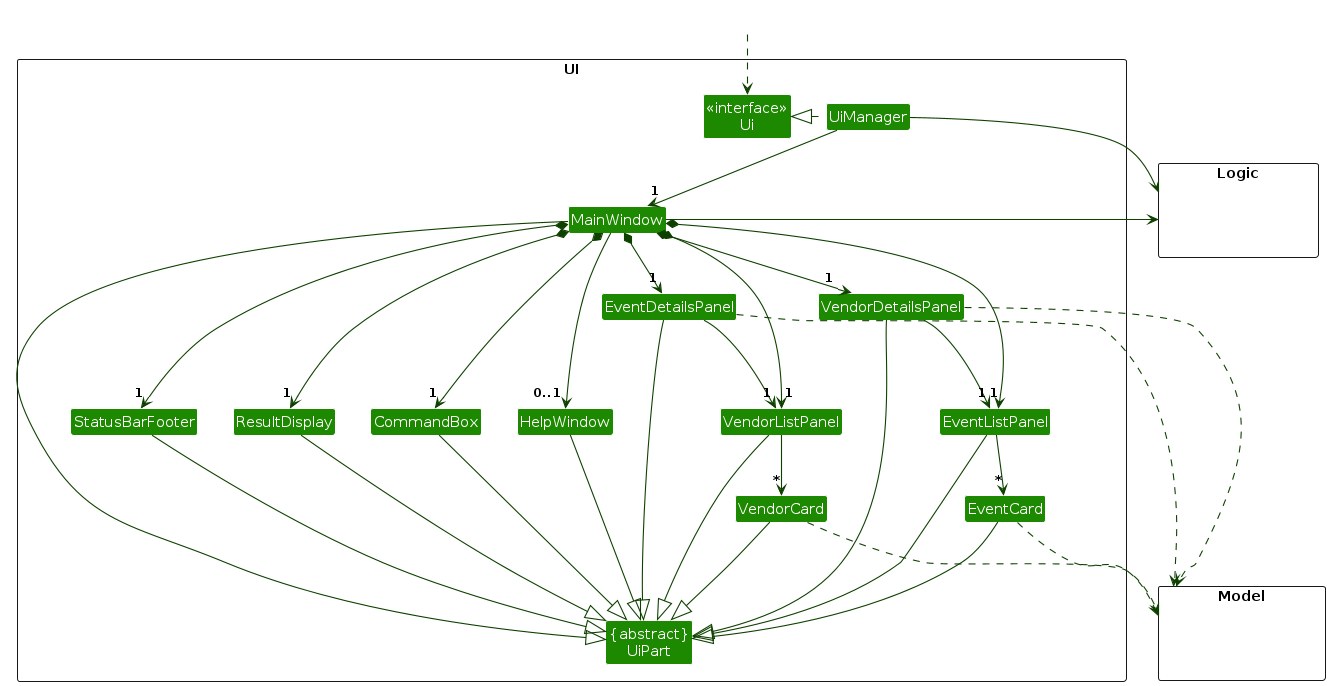
Earlier version of the PlantUML export diagrams/UiClassDiagram.png (AY2425S1-CS2103-F13-2/tp). Its source is kept beside it as diagrams/UiClassDiagram.puml. The source it was exported from:
```plantuml
@startuml
!include style.puml
skinparam arrowThickness 1.1
skinparam arrowColor UI_COLOR_T4
skinparam classBackgroundColor UI_COLOR

skinparam package<<Layout>> {
  borderColor Transparent
  backgroundColor Transparent
  fontColor Transparent
  stereotypeFontColor Transparent
}

package UI <<Rectangle>>{
Class "<<interface>>\nUi" as Ui
Class "{abstract}\nUiPart" as UiPart
Class UiManager
Class MainWindow
Class HelpWindow
Class ResultDisplay
package VendorList <<Layout>>{
    Class VendorListPanel
    Class VendorCard
}
package EventList <<Layout>> {
    Class EventListPanel
    Class EventCard
}
Class VendorDetailsPanel
Class EventDetailsPanel
Class StatusBarFooter
Class CommandBox
}

package Model <<Rectangle>> {
Class HiddenModel #FFFFFF
}

package Logic <<Rectangle>> {
Class HiddenLogic #FFFFFF
}

Class HiddenOutside #FFFFFF
HiddenOutside ..> Ui

UiManager .left.|> Ui
UiManager -down-> "1" MainWindow
MainWindow --> "0..1" HelpWindow
MainWindow *-down-> "1" ResultDisplay
MainWindow *-down-> "1" VendorListPanel
MainWindow *-down-> "1" EventListPanel
MainWindow *-down-> "1" VendorDetailsPanel
MainWindow *-down-> "1" EventDetailsPanel
MainWindow *-down-> "1" StatusBarFooter
MainWindow *-down->  "1" CommandBox

VendorListPanel -down-> "*" VendorCard
EventListPanel -down-> "*" EventCard

VendorDetailsPanel -down-> "1" EventListPanel
EventDetailsPanel -down-> "1" VendorListPanel

MainWindow -left-|> UiPart

ResultDisplay --|> UiPart
CommandBox --|> UiPart
VendorDetailsPanel --|> UiPart
EventDetailsPanel --|> UiPart
VendorListPanel --|> UiPart
EventListPanel --|> UiPart
StatusBarFooter --|> UiPart
HelpWindow --|> UiPart
VendorCard --|> UiPart
EventCard --|> UiPart

VendorCard ..> Model
EventCard ..> Model
VendorDetailsPanel ..> Model
EventDetailsPanel ..> Model

UiManager -right-> Logic
MainWindow -left-> Logic

EventDetailsPanel -[hidden]down- UiPart
VendorDetailsPanel -[hidden]down- UiPart
VendorList -[hidden]right- EventList
EventList -[hidden]right- Model
VendorList -[hidden]left- HelpWindow
HelpWindow -[hidden]left- CommandBox
CommandBox -[hidden]left- ResultDisplay
ResultDisplay -[hidden]left- StatusBarFooter

MainWindow -[hidden]left-|> UiPart
@enduml
```
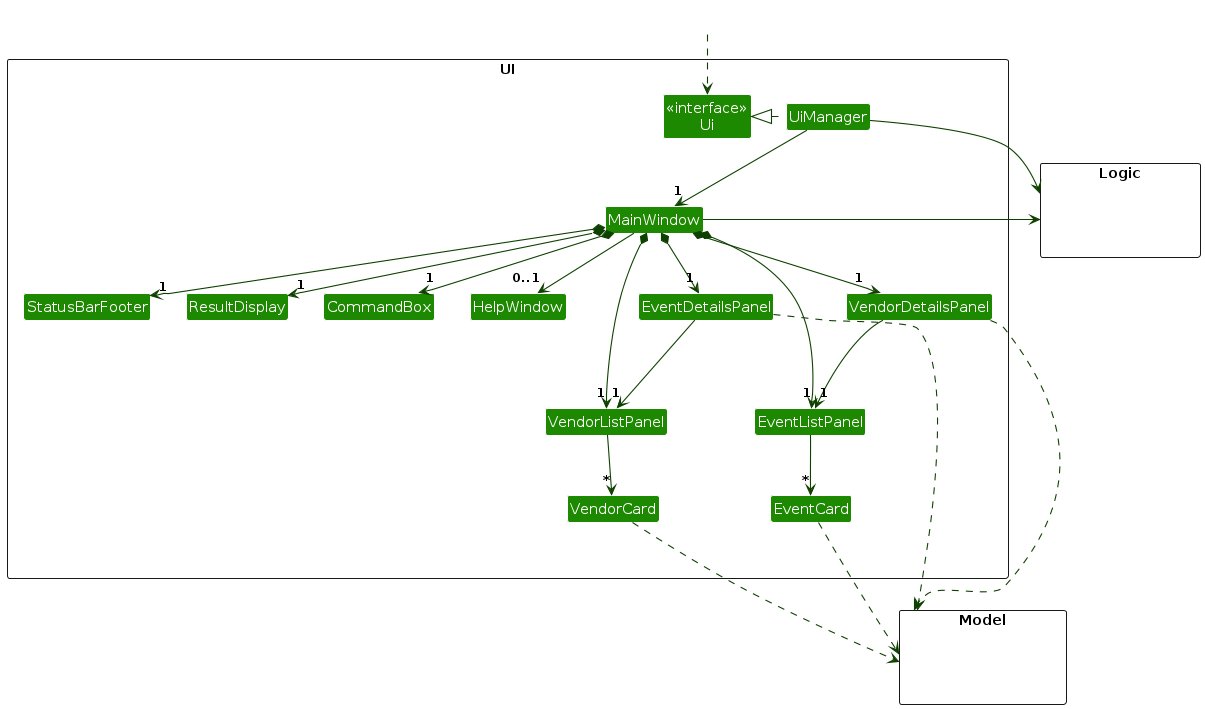
The same file after the commit.

The edit, as a diff of the source:
```diff
@@ -13,7 +13,6 @@
 
 package UI <<Rectangle>>{
 Class "<<interface>>\nUi" as Ui
-Class "{abstract}\nUiPart" as UiPart
 Class UiManager
 Class MainWindow
 Class HelpWindow
@@ -60,18 +59,6 @@
 VendorDetailsPanel -down-> "1" EventListPanel
 EventDetailsPanel -down-> "1" VendorListPanel
 
-MainWindow -left-|> UiPart
-
-ResultDisplay --|> UiPart
-CommandBox --|> UiPart
-VendorDetailsPanel --|> UiPart
-EventDetailsPanel --|> UiPart
-VendorListPanel --|> UiPart
-EventListPanel --|> UiPart
-StatusBarFooter --|> UiPart
-HelpWindow --|> UiPart
-VendorCard --|> UiPart
-EventCard --|> UiPart
 
 VendorCard ..> Model
 EventCard ..> Model
@@ -81,8 +68,6 @@
 UiManager -right-> Logic
 MainWindow -left-> Logic
 
-EventDetailsPanel -[hidden]down- UiPart
-VendorDetailsPanel -[hidden]down- UiPart
 VendorList -[hidden]right- EventList
 EventList -[hidden]right- Model
 VendorList -[hidden]left- HelpWindow
@@ -90,5 +75,4 @@
 CommandBox -[hidden]left- ResultDisplay
 ResultDisplay -[hidden]left- StatusBarFooter
 
-MainWindow -[hidden]left-|> UiPart
 @enduml
```
